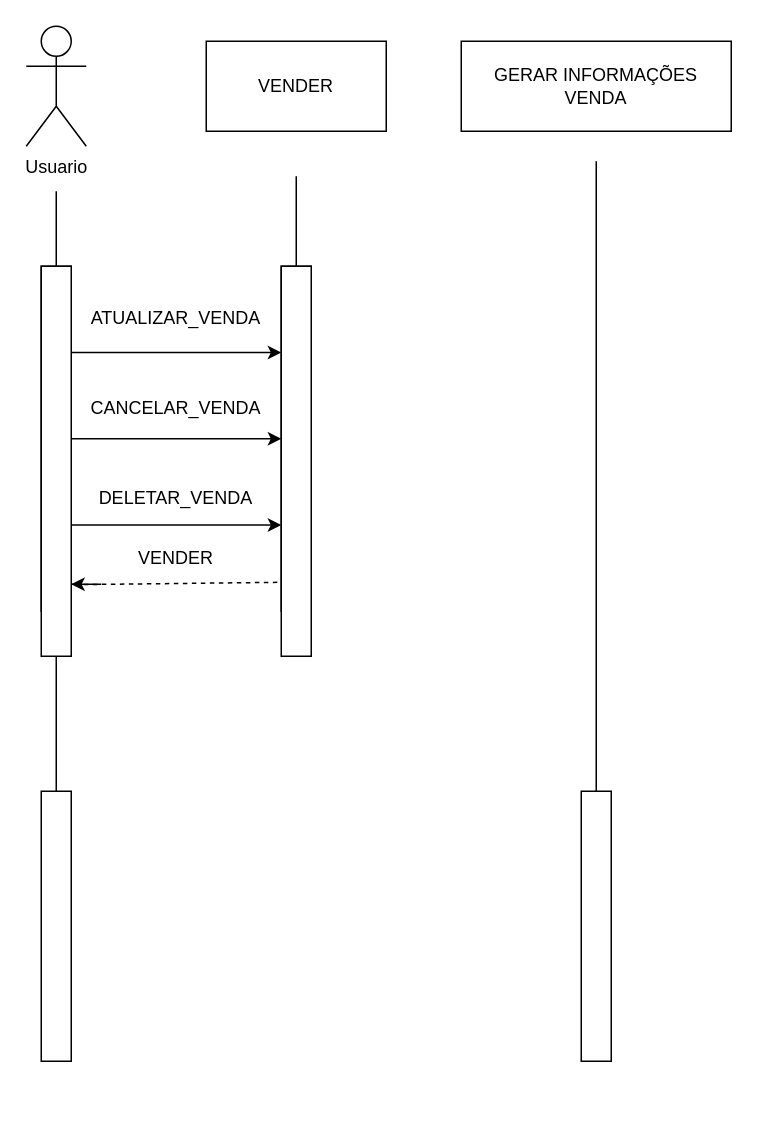
The draw.io diagram sequencia_vendas.drawio in Thiago163/POC_MUNDO_VERDE, before the edit. Source tidied: cells renumbered, new cells numbered last; positions are measured from the earlier drawing's top-left corner, leaving out a move shared by most shapes. Both pictures are drawn from the tidied source at 150%, with x=0, y=0 at pixel (26, 26).
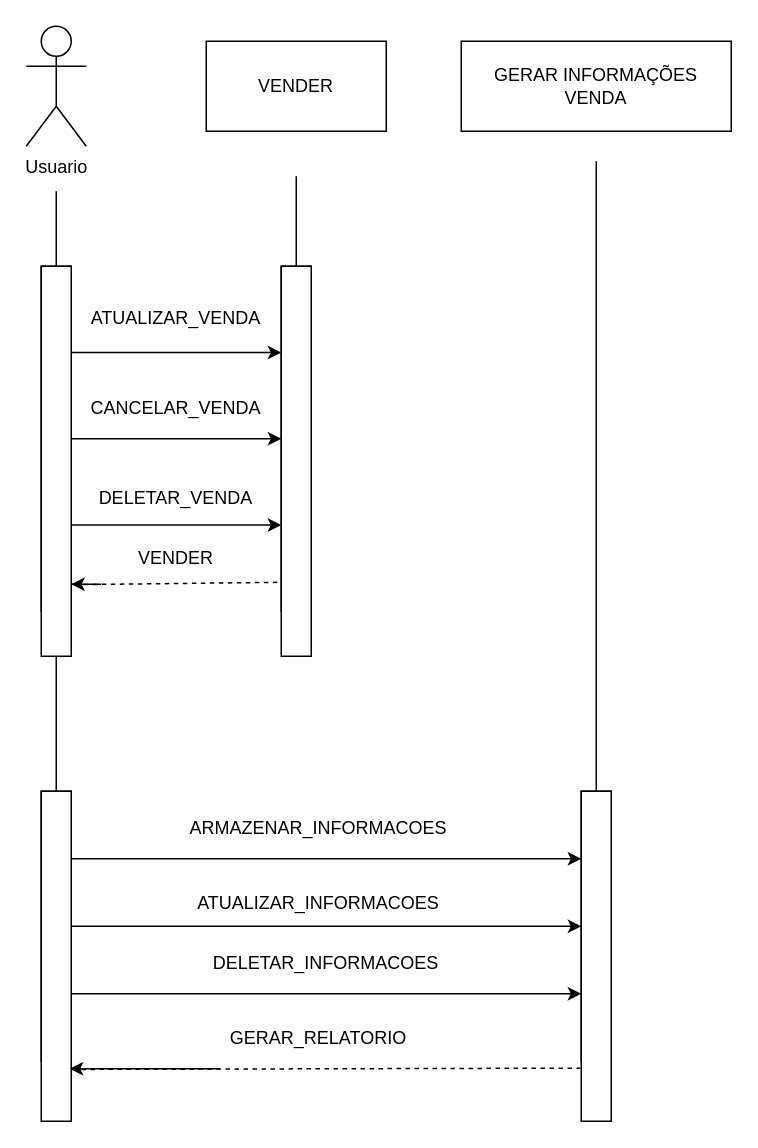
Above is the later version.

The change refers to these unchanged cells:
```xml
<mxCell id="10" style="rounded=0;whiteSpace=wrap;html=1;" parent="1" vertex="1">
  <mxGeometry x="370" y="510" width="20" height="180" as="geometry" />
</mxCell>
<mxCell id="22" style="rounded=0;whiteSpace=wrap;html=1;" parent="1" vertex="1">
  <mxGeometry x="10" y="510" width="20" height="180" as="geometry" />
</mxCell>
```

Change to the diagram source:
```diff
@@
+    <mxCell id="24" style="endArrow=classic;html=1;rounded=0;exitX=1;exitY=0.25;exitDx=0;exitDy=0;entryX=0;entryY=0.25;entryDx=0;entryDy=0;" parent="1" edge="1" source="22" target="10">
+      <mxGeometry relative="1" as="geometry" />
+    </mxCell>
+    <mxCell id="25" style="endArrow=classic;html=1;rounded=0;exitX=1;exitY=0.5;exitDx=0;exitDy=0;entryX=0;entryY=0.5;entryDx=0;entryDy=0;" parent="1" edge="1" source="22" target="10">
+      <mxGeometry relative="1" as="geometry" />
+    </mxCell>
+    <mxCell id="26" style="endArrow=classic;html=1;rounded=0;exitX=1;exitY=0.75;exitDx=0;exitDy=0;entryX=0;entryY=0.75;entryDx=0;entryDy=0;" parent="1" edge="1" source="22" target="10">
+      <mxGeometry relative="1" as="geometry" />
+    </mxCell>
+    <mxCell id="27" style="rounded=0;whiteSpace=wrap;html=1;" parent="1" vertex="1">
+      <mxGeometry x="10" y="510" width="20" height="220" as="geometry" />
+    </mxCell>
+    <mxCell id="28" style="rounded=0;whiteSpace=wrap;html=1;" parent="1" vertex="1">
+      <mxGeometry x="370" y="510" width="20" height="220" as="geometry" />
+    </mxCell>
+    <mxCell id="29" style="endArrow=none;dashed=1;html=1;rounded=0;entryX=-0.032;entryY=0.839;entryDx=0;entryDy=0;entryPerimeter=0;exitX=1.042;exitY=0.843;exitDx=0;exitDy=0;exitPerimeter=0;" parent="1" edge="1" source="27" target="28">
+      <mxGeometry relative="1" as="geometry" />
+    </mxCell>
+    <mxCell id="30" style="endArrow=classic;html=1;rounded=0;" parent="1" edge="1">
+      <mxGeometry relative="1" as="geometry">
+        <mxPoint x="129" y="695" as="sourcePoint" />
+        <mxPoint x="29" y="695" as="targetPoint" />
+      </mxGeometry>
+    </mxCell>
+    <mxCell id="31" value="GERAR_RELATORIO" style="text;html=1;align=center;verticalAlign=middle;whiteSpace=wrap;rounded=0;" parent="1" vertex="1">
+      <mxGeometry x="130" y="660" width="130" height="30" as="geometry" />
+    </mxCell>
+    <mxCell id="32" value="ARMAZENAR_INFORMACOES" style="text;html=1;align=center;verticalAlign=middle;whiteSpace=wrap;rounded=0;" parent="1" vertex="1">
+      <mxGeometry x="105" y="520" width="180" height="30" as="geometry" />
+    </mxCell>
+    <mxCell id="33" value="ATUALIZAR_INFORMACOES" style="text;html=1;align=center;verticalAlign=middle;whiteSpace=wrap;rounded=0;" parent="1" vertex="1">
+      <mxGeometry x="105" y="570" width="180" height="30" as="geometry" />
+    </mxCell>
+    <mxCell id="34" value="DELETAR_INFORMACOES" style="text;html=1;align=center;verticalAlign=middle;whiteSpace=wrap;rounded=0;" parent="1" vertex="1">
+      <mxGeometry x="110" y="610" width="180" height="30" as="geometry" />
+    </mxCell>
```
